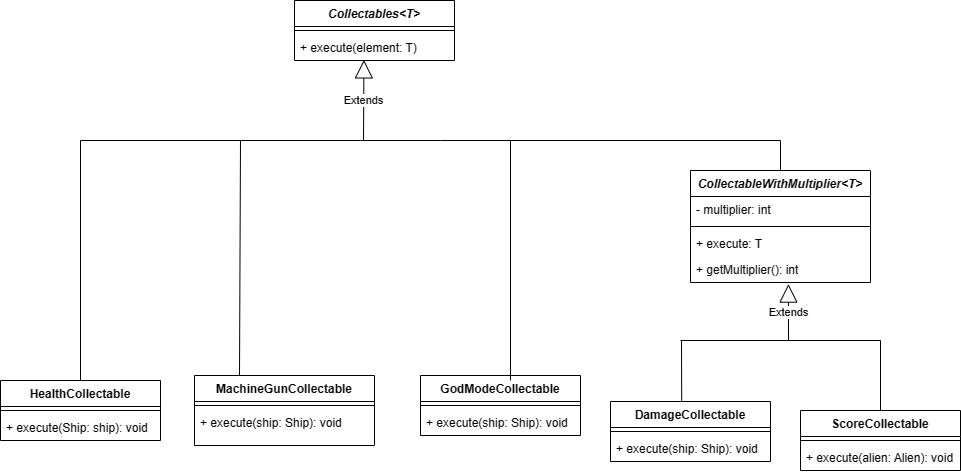
This is docs/Images_UML/Command_Pattern.png from FEUP-LDTS-2023/project-l04gr03, a draw.io export, as it was before one commit. Source tidied: cells renumbered, new cells last; positions are measured from the earlier drawing's top-left corner, leaving out a move shared by most shapes.
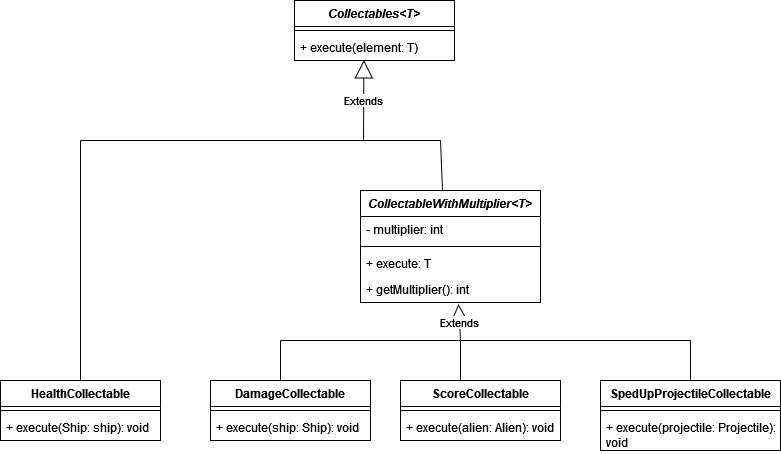
Above is the later version.

What changed in the source:
```diff
@@ -1,4 +1,4 @@
-<mxGraphModel>
+<mxGraphModel background="#ffffff">
   <root>
     <mxCell id="0" />
     <mxCell id="1" parent="0" />
@@ -12,7 +12,7 @@
       <mxGeometry y="34" width="160" height="26" as="geometry" />
     </mxCell>
     <mxCell id="5" value="DamageCollectable" style="swimlane;fontStyle=1;align=center;verticalAlign=top;horizontal=1;startSize=26;whiteSpace=wrap;html=1;" parent="1" vertex="1">
-      <mxGeometry x="610" y="401" width="160" height="60" as="geometry" />
+      <mxGeometry x="210" y="380" width="160" height="60" as="geometry" />
     </mxCell>
     <mxCell id="6" style="line;strokeWidth=1;fillColor=none;align=left;verticalAlign=middle;spacingTop=-1;spacingLeft=3;spacingRight=3;labelPosition=right;strokeColor=inherit;" parent="5" vertex="1">
       <mxGeometry y="26" width="160" height="8" as="geometry" />
@@ -30,7 +30,7 @@
       <mxGeometry y="34" width="160" height="26" as="geometry" />
     </mxCell>
     <mxCell id="11" value="ScoreCollectable" style="swimlane;fontStyle=1;align=center;verticalAlign=top;horizontal=1;startSize=26;whiteSpace=wrap;html=1;" parent="1" vertex="1">
-      <mxGeometry x="800" y="410" width="160" height="60" as="geometry" />
+      <mxGeometry x="400" y="380" width="160" height="60" as="geometry" />
     </mxCell>
     <mxCell id="12" style="line;strokeWidth=1;fillColor=none;align=left;verticalAlign=middle;spacingTop=-1;spacingLeft=3;spacingRight=3;labelPosition=right;strokeColor=inherit;" parent="11" vertex="1">
       <mxGeometry y="26" width="160" height="8" as="geometry" />
@@ -38,17 +38,17 @@
     <mxCell id="13" value="+ execute(alien: Alien): void" style="text;strokeColor=none;fillColor=none;align=left;verticalAlign=top;spacingLeft=4;spacingRight=4;overflow=hidden;whiteSpace=wrap;html=1;" parent="11" vertex="1">
       <mxGeometry y="34" width="160" height="26" as="geometry" />
     </mxCell>
-    <mxCell id="14" value="MachineGunCollectable" style="swimlane;fontStyle=1;align=center;verticalAlign=top;horizontal=1;startSize=26;whiteSpace=wrap;html=1;" parent="1" vertex="1">
-      <mxGeometry x="194" y="375" width="180" height="70" as="geometry" />
+    <mxCell id="14" value="SpedUpProjectileCollectable" style="swimlane;fontStyle=1;align=center;verticalAlign=top;horizontal=1;startSize=26;whiteSpace=wrap;html=1;" parent="1" vertex="1">
+      <mxGeometry x="600" y="380" width="180" height="70" as="geometry" />
     </mxCell>
     <mxCell id="15" style="line;strokeWidth=1;fillColor=none;align=left;verticalAlign=middle;spacingTop=-1;spacingLeft=3;spacingRight=3;labelPosition=right;strokeColor=inherit;" parent="14" vertex="1">
       <mxGeometry y="26" width="180" height="8" as="geometry" />
     </mxCell>
-    <mxCell id="16" value="+ execute(ship: Ship): void" style="text;strokeColor=none;fillColor=none;align=left;verticalAlign=top;spacingLeft=4;spacingRight=4;overflow=hidden;whiteSpace=wrap;html=1;" parent="14" vertex="1">
+    <mxCell id="16" value="+ execute(projectile: Projectile): void" style="text;strokeColor=none;fillColor=none;align=left;verticalAlign=top;spacingLeft=4;spacingRight=4;overflow=hidden;whiteSpace=wrap;html=1;" parent="14" vertex="1">
       <mxGeometry y="34" width="180" height="36" as="geometry" />
     </mxCell>
     <mxCell id="17" value="&lt;i&gt;CollectableWithMultiplier&amp;lt;T&amp;gt;&lt;/i&gt;" style="swimlane;fontStyle=1;align=center;verticalAlign=top;horizontal=1;startSize=26;whiteSpace=wrap;html=1;" parent="1" vertex="1">
-      <mxGeometry x="690" y="170" width="180" height="112" as="geometry" />
+      <mxGeometry x="360" y="190" width="180" height="112" as="geometry" />
     </mxCell>
     <mxCell id="18" value="- multiplier: int" style="text;strokeColor=none;fillColor=none;align=left;verticalAlign=top;spacingLeft=4;spacingRight=4;overflow=hidden;whiteSpace=wrap;html=1;" parent="17" vertex="1">
       <mxGeometry y="26" width="180" height="26" as="geometry" />
@@ -79,62 +79,49 @@
         <mxPoint x="440" y="140" as="targetPoint" />
       </mxGeometry>
     </mxCell>
+    <mxCell id="37" style="endArrow=none;html=1;rounded=0;" parent="1" edge="1">
+      <mxGeometry relative="1" as="geometry">
+        <mxPoint x="442" y="190" as="sourcePoint" />
+        <mxPoint x="440" y="140" as="targetPoint" />
+      </mxGeometry>
+    </mxCell>
     <mxCell id="25" style="endArrow=none;html=1;rounded=0;exitX=0.5;exitY=0;exitDx=0;exitDy=0;" parent="1" edge="1" source="8">
       <mxGeometry relative="1" as="geometry">
         <mxPoint x="80" y="140" as="targetPoint" />
       </mxGeometry>
     </mxCell>
+    <mxCell id="38" style="endArrow=none;html=1;rounded=0;" parent="1" edge="1">
+      <mxGeometry relative="1" as="geometry">
+        <mxPoint x="280" y="340" as="sourcePoint" />
+        <mxPoint x="460" y="340" as="targetPoint" />
+      </mxGeometry>
+    </mxCell>
+    <mxCell id="39" style="endArrow=none;html=1;rounded=0;" parent="1" edge="1">
+      <mxGeometry relative="1" as="geometry">
+        <mxPoint x="280" y="380" as="sourcePoint" />
+        <mxPoint x="280" y="340" as="targetPoint" />
+      </mxGeometry>
+    </mxCell>
+    <mxCell id="40" style="endArrow=none;html=1;rounded=0;exitX=0.375;exitY=0;exitDx=0;exitDy=0;exitPerimeter=0;" parent="1" edge="1" source="11">
+      <mxGeometry relative="1" as="geometry">
+        <mxPoint x="460" y="340" as="targetPoint" />
+      </mxGeometry>
+    </mxCell>
+    <mxCell id="41" style="endArrow=none;html=1;rounded=0;" parent="1" edge="1">
+      <mxGeometry relative="1" as="geometry">
+        <mxPoint x="460" y="340" as="sourcePoint" />
+        <mxPoint x="690" y="340" as="targetPoint" />
+      </mxGeometry>
+    </mxCell>
+    <mxCell id="42" style="endArrow=none;html=1;rounded=0;entryX=0.5;entryY=0;entryDx=0;entryDy=0;" parent="1" edge="1" target="14">
+      <mxGeometry relative="1" as="geometry">
+        <mxPoint x="690" y="340" as="sourcePoint" />
+      </mxGeometry>
+    </mxCell>
     <mxCell id="26" value="Extends" style="endArrow=block;endSize=16;endFill=0;html=1;rounded=0;entryX=0.544;entryY=1.062;entryDx=0;entryDy=0;entryPerimeter=0;" parent="1" edge="1" target="21">
       <mxGeometry relative="1" as="geometry">
-        <mxPoint x="788" y="340" as="sourcePoint" />
+        <mxPoint x="460" y="340" as="sourcePoint" />
       </mxGeometry>
     </mxCell>
-    <mxCell id="27" value="GodModeCollectable" style="swimlane;fontStyle=1;align=center;verticalAlign=top;horizontal=1;startSize=26;whiteSpace=wrap;html=1;" parent="1" vertex="1">
-      <mxGeometry x="420" y="375" width="160" height="60" as="geometry" />
-    </mxCell>
-    <mxCell id="28" style="line;strokeWidth=1;fillColor=none;align=left;verticalAlign=middle;spacingTop=-1;spacingLeft=3;spacingRight=3;labelPosition=right;strokeColor=inherit;" parent="27" vertex="1">
-      <mxGeometry y="26" width="160" height="8" as="geometry" />
-    </mxCell>
-    <mxCell id="29" value="+ execute(ship: Ship): void&amp;nbsp;" style="text;strokeColor=none;fillColor=none;align=left;verticalAlign=top;spacingLeft=4;spacingRight=4;overflow=hidden;whiteSpace=wrap;html=1;" parent="27" vertex="1">
-      <mxGeometry y="34" width="160" height="26" as="geometry" />
-    </mxCell>
-    <mxCell id="30" style="endArrow=none;html=1;rounded=0;" parent="1" edge="1">
-      <mxGeometry relative="1" as="geometry">
-        <mxPoint x="680" y="340" as="sourcePoint" />
-        <mxPoint x="880" y="340" as="targetPoint" />
-      </mxGeometry>
-    </mxCell>
-    <mxCell id="31" style="endArrow=none;html=1;rounded=0;entryX=0.445;entryY=-0.013;entryDx=0;entryDy=0;entryPerimeter=0;" parent="1" edge="1" target="5">
-      <mxGeometry relative="1" as="geometry">
-        <mxPoint x="681" y="340" as="sourcePoint" />
-      </mxGeometry>
-    </mxCell>
-    <mxCell id="32" style="endArrow=none;html=1;rounded=0;entryX=0.5;entryY=0;entryDx=0;entryDy=0;" parent="1" edge="1" target="11">
-      <mxGeometry relative="1" as="geometry">
-        <mxPoint x="880" y="340" as="sourcePoint" />
-      </mxGeometry>
-    </mxCell>
-    <mxCell id="33" style="endArrow=none;html=1;rounded=0;" parent="1" edge="1">
-      <mxGeometry relative="1" as="geometry">
-        <mxPoint x="440" y="140" as="sourcePoint" />
-        <mxPoint x="780" y="140" as="targetPoint" />
-      </mxGeometry>
-    </mxCell>
-    <mxCell id="34" style="endArrow=none;html=1;rounded=0;exitX=0.5;exitY=0;exitDx=0;exitDy=0;" parent="1" edge="1" source="17">
-      <mxGeometry relative="1" as="geometry">
-        <mxPoint x="780" y="140" as="targetPoint" />
-      </mxGeometry>
-    </mxCell>
-    <mxCell id="35" style="endArrow=none;html=1;rounded=0;exitX=0.25;exitY=0;exitDx=0;exitDy=0;" parent="1" edge="1" source="14">
-      <mxGeometry relative="1" as="geometry">
-        <mxPoint x="240" y="140" as="targetPoint" />
-      </mxGeometry>
-    </mxCell>
-    <mxCell id="36" style="endArrow=none;html=1;rounded=0;" parent="1" edge="1">
-      <mxGeometry relative="1" as="geometry">
-        <mxPoint x="510" y="380" as="sourcePoint" />
-        <mxPoint x="510" y="140" as="targetPoint" />
-      </mxGeometry>
-    </mxCell>
   </root>
 </mxGraphModel>
```
